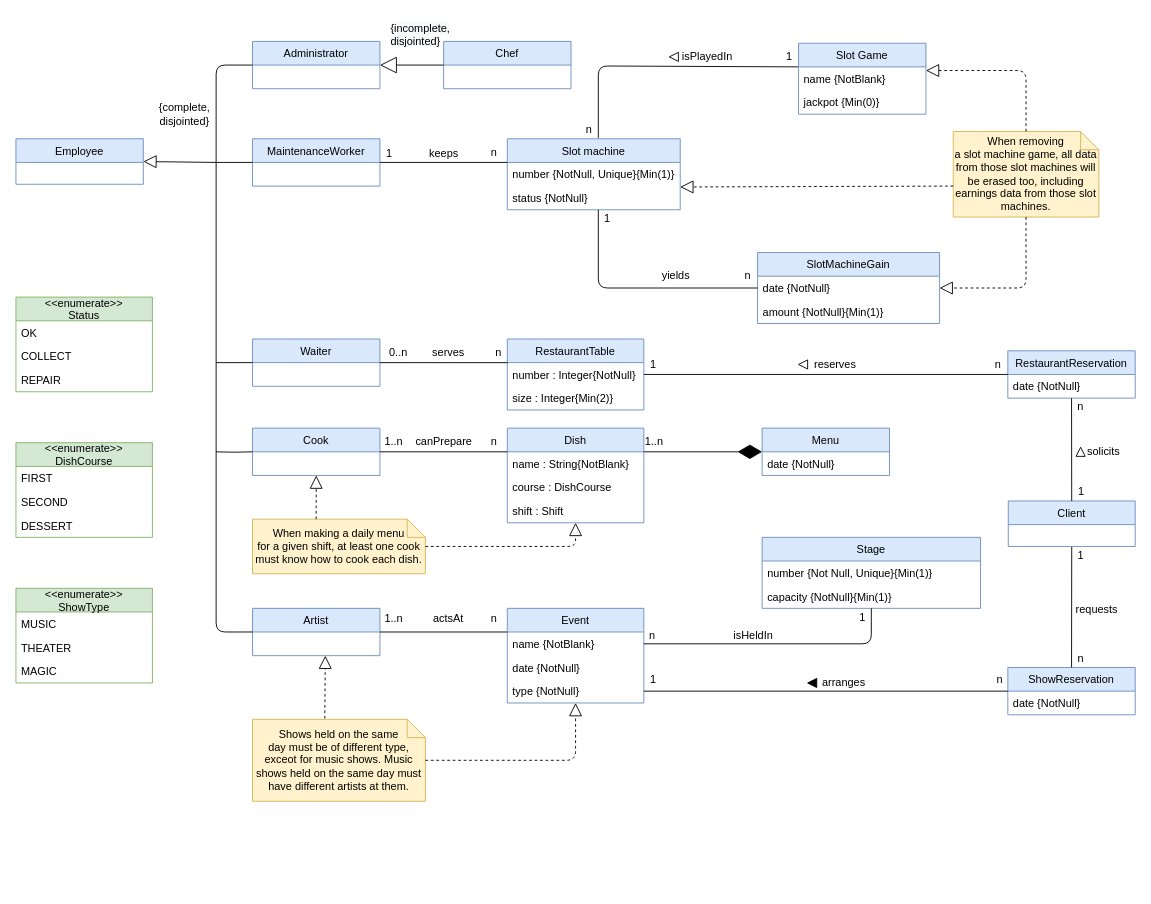
Above: page "V2-Restaurante,Slots,Shows" (2 of 2) of uml/Conceptual Model.drawio in gii-is-DP1/dp1-2020-g1-07 (draw.io), before the change. Source tidied: cells renumbered, new cells numbered last; positions are measured from the earlier drawing's top-left corner, leaving out a move shared by most shapes. Both pictures are drawn from the tidied source at 91%, with x=0, y=0 at pixel (15, 15).
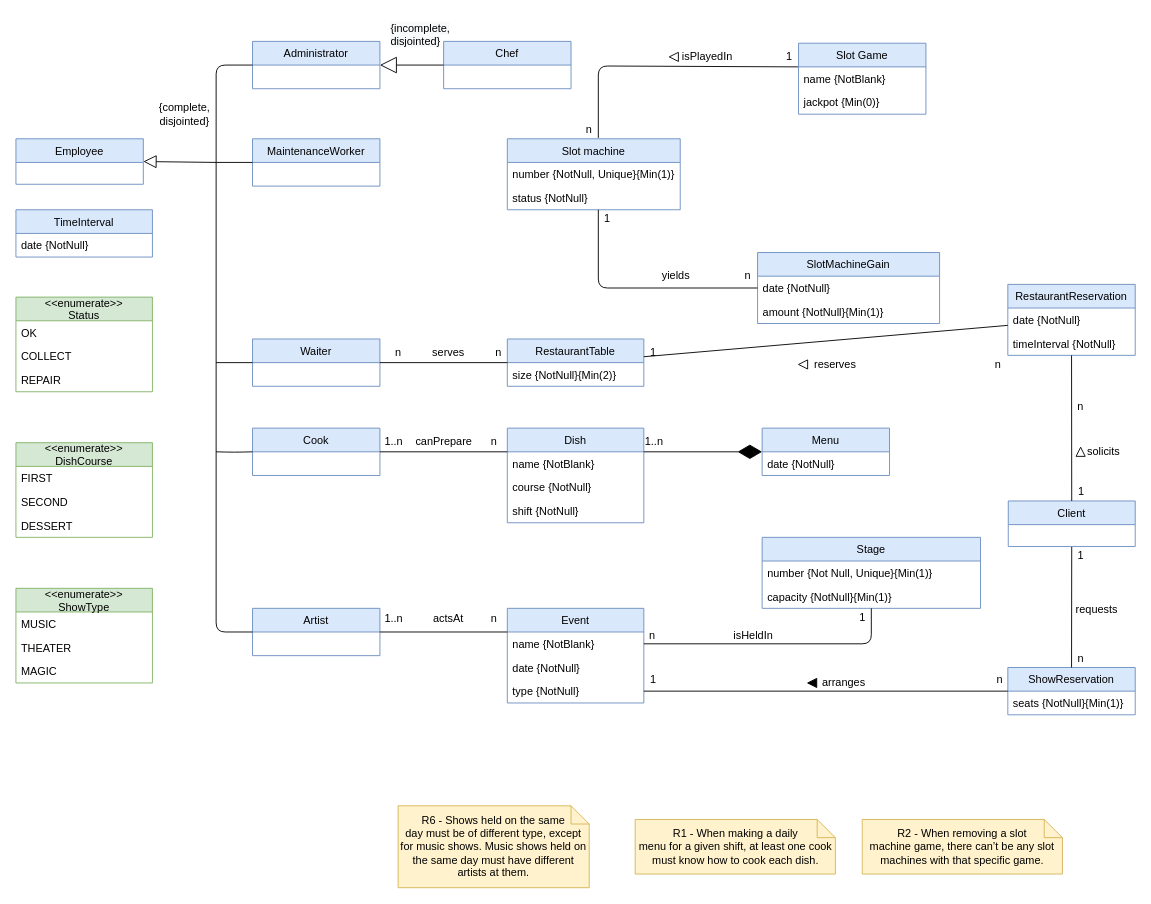
The same diagram, later.

The change refers to these unchanged cells:
```xml
<mxCell id="2" value="Cook" style="swimlane;fontStyle=0;horizontal=1;startSize=26;fillColor=#dae8fc;strokeColor=#6c8ebf;" parent="1" vertex="1">
  <mxGeometry x="260" y="453" width="140" height="52" as="geometry" />
</mxCell>
<mxCell id="4" value="Event" style="swimlane;fontStyle=0;horizontal=1;startSize=26;fillColor=#dae8fc;strokeColor=#6c8ebf;" parent="1" vertex="1">
  <mxGeometry x="540" y="651" width="150" height="104" as="geometry" />
</mxCell>
<mxCell id="12" value="Dish" style="swimlane;fontStyle=0;horizontal=1;startSize=26;fillColor=#dae8fc;strokeColor=#6c8ebf;" parent="1" vertex="1">
  <mxGeometry x="540" y="453" width="150" height="104" as="geometry" />
</mxCell>
<mxCell id="29" value="Waiter" style="swimlane;fontStyle=0;horizontal=1;startSize=26;fillColor=#dae8fc;strokeColor=#6c8ebf;" parent="1" vertex="1">
  <mxGeometry x="260" y="355" width="140" height="52" as="geometry" />
</mxCell>
<mxCell id="46" value="ShowReservation" style="swimlane;fontStyle=0;horizontal=1;startSize=26;fillColor=#dae8fc;strokeColor=#6c8ebf;" parent="1" vertex="1">
  <mxGeometry x="1090" y="716" width="140" height="52" as="geometry" />
</mxCell>
<mxCell id="68" value="status {NotNull}" style="text;strokeColor=none;fillColor=none;align=left;verticalAlign=top;spacingLeft=4;spacingRight=4;overflow=hidden;points=[[0,0.5],[1,0.5]];portConstraint=eastwest;" parent="66" vertex="1">
  <mxGeometry y="52" width="190" height="26" as="geometry" />
</mxCell>
<mxCell id="70" value="MaintenanceWorker" style="swimlane;fontStyle=0;horizontal=1;startSize=26;fillColor=#dae8fc;strokeColor=#6c8ebf;" parent="1" vertex="1">
  <mxGeometry x="260" y="135" width="140" height="52" as="geometry" />
</mxCell>
<mxCell id="80" value="date {NotNull}" style="text;strokeColor=none;fillColor=none;align=left;verticalAlign=top;spacingLeft=4;spacingRight=4;overflow=hidden;points=[[0,0.5],[1,0.5]];portConstraint=eastwest;" parent="79" vertex="1">
  <mxGeometry y="26" width="200" height="26" as="geometry" />
</mxCell>
<mxCell id="86" value="name {NotBlank}" style="text;strokeColor=none;fillColor=none;align=left;verticalAlign=top;spacingLeft=4;spacingRight=4;overflow=hidden;points=[[0,0.5],[1,0.5]];portConstraint=eastwest;" parent="85" vertex="1">
  <mxGeometry y="26" width="140" height="26" as="geometry" />
</mxCell>
```

The edit, as a diff of the source:
```diff
@@
-    <mxCell id="13" value="name : String{NotBlank}" style="text;strokeColor=none;fillColor=none;align=left;verticalAlign=top;spacingLeft=4;spacingRight=4;overflow=hidden;" parent="12" vertex="1">
+    <mxCell id="13" value="name {NotBlank}" style="text;strokeColor=none;fillColor=none;align=left;verticalAlign=top;spacingLeft=4;spacingRight=4;overflow=hidden;" parent="12" vertex="1">
       <mxGeometry y="26" width="150" height="26" as="geometry" />
     </mxCell>
-    <mxCell id="14" value="course : DishCourse" style="text;strokeColor=none;fillColor=none;align=left;verticalAlign=top;spacingLeft=4;spacingRight=4;overflow=hidden;" parent="12" vertex="1">
+    <mxCell id="14" value="course {NotNull}" style="text;strokeColor=none;fillColor=none;align=left;verticalAlign=top;spacingLeft=4;spacingRight=4;overflow=hidden;" parent="12" vertex="1">
       <mxGeometry y="52" width="150" height="26" as="geometry" />
     </mxCell>
-    <mxCell id="15" value="shift : Shift" style="text;strokeColor=none;fillColor=none;align=left;verticalAlign=top;spacingLeft=4;spacingRight=4;overflow=hidden;" parent="12" vertex="1">
+    <mxCell id="15" value="shift {NotNull}" style="text;strokeColor=none;fillColor=none;align=left;verticalAlign=top;spacingLeft=4;spacingRight=4;overflow=hidden;" parent="12" vertex="1">
       <mxGeometry y="78" width="150" height="26" as="geometry" />
     </mxCell>
@@
     <mxCell id="30" value="RestaurantTable" style="swimlane;fontStyle=0;horizontal=1;startSize=26;fillColor=#dae8fc;strokeColor=#6c8ebf;" parent="1" vertex="1">
-      <mxGeometry x="540" y="355" width="150" height="78" as="geometry" />
+      <mxGeometry x="540" y="355" width="150" height="52" as="geometry" />
     </mxCell>
-    <mxCell id="31" value="number : Integer{NotNull}" style="text;strokeColor=none;fillColor=none;align=left;verticalAlign=top;spacingLeft=4;spacingRight=4;overflow=hidden;points=[[0,0.5],[1,0.5]];portConstraint=eastwest;" parent="30" vertex="1">
-      <mxGeometry y="26" width="150" height="26" as="geometry" />
-    </mxCell>
-    <mxCell id="32" value="size : Integer{Min(2)}" style="text;strokeColor=none;fillColor=none;align=left;verticalAlign=top;spacingLeft=4;spacingRight=4;overflow=hidden;" parent="30" vertex="1">
-      <mxGeometry y="52" width="150" height="26" as="geometry" />
+    <mxCell id="32" value="size {NotNull}{Min(2)}" style="text;strokeColor=none;fillColor=none;align=left;verticalAlign=top;spacingLeft=4;spacingRight=4;overflow=hidden;" parent="30" vertex="1">
+      <mxGeometry y="26" width="150" height="26" as="geometry" />
     </mxCell>
-    <mxCell id="33" style="endArrow=none;html=1;entryX=0.001;entryY=0.001;entryDx=0;entryDy=0;entryPerimeter=0;exitX=1;exitY=0.5;exitDx=0;exitDy=0;" parent="1" edge="1" source="29" target="31">
-      <mxGeometry relative="1" as="geometry" />
+    <mxCell id="33" style="endArrow=none;html=1;entryX=0.001;entryY=0.001;entryDx=0;entryDy=0;entryPerimeter=0;exitX=1;exitY=0.5;exitDx=0;exitDy=0;" parent="1" edge="1" source="29">
+      <mxGeometry relative="1" as="geometry">
+        <mxPoint x="540.1" y="381" as="targetPoint" />
+      </mxGeometry>
     </mxCell>
     <mxCell id="34" value="RestaurantReservation" style="swimlane;fontStyle=0;horizontal=1;startSize=26;fillColor=#dae8fc;strokeColor=#6c8ebf;" parent="1" vertex="1">
-      <mxGeometry x="1090" y="368" width="140" height="52" as="geometry" />
+      <mxGeometry x="1090" y="295" width="140" height="78" as="geometry" />
     </mxCell>
@@
+    <mxCell id="119" value="timeInterval {NotNull}" style="text;strokeColor=none;fillColor=none;align=left;verticalAlign=top;spacingLeft=4;spacingRight=4;overflow=hidden;" parent="34" vertex="1">
+      <mxGeometry y="52" width="140" height="26" as="geometry" />
+    </mxCell>
-    <mxCell id="36" value="0..n" style="text;html=1;align=center;verticalAlign=middle;" parent="1" vertex="1">
-      <mxGeometry x="400" y="360" width="40" height="20" as="geometry" />
+    <mxCell id="36" value="n" style="text;html=1;align=center;verticalAlign=middle;" parent="1" vertex="1">
+      <mxGeometry x="410" y="360" width="20" height="20" as="geometry" />
     </mxCell>
@@
     <mxCell id="42" value="1" style="text;html=1;align=center;verticalAlign=middle;" parent="1" vertex="1">
-      <mxGeometry x="690" y="373" width="20" height="20" as="geometry" />
+      <mxGeometry x="690" y="360" width="20" height="20" as="geometry" />
     </mxCell>
@@
-    <mxCell id="47" value="date {NotNull}" style="text;strokeColor=none;fillColor=none;align=left;verticalAlign=top;spacingLeft=4;spacingRight=4;overflow=hidden;" parent="46" vertex="1">
+    <mxCell id="47" value="seats {NotNull}{Min(1)}" style="text;strokeColor=none;fillColor=none;align=left;verticalAlign=top;spacingLeft=4;spacingRight=4;overflow=hidden;" parent="46" vertex="1">
       <mxGeometry y="26" width="140" height="26" as="geometry" />
     </mxCell>
@@
-    <mxCell id="54" value="When making a daily menu&lt;br&gt;for a given shift, at least one cook must know how to cook each dish." style="shape=note;size=20;whiteSpace=wrap;html=1;fillColor=#fff2cc;strokeColor=#d6b656;" parent="1" vertex="1">
-      <mxGeometry x="260" y="553" width="190" height="60" as="geometry" />
+    <mxCell id="54" value="R1 - When making a daily&lt;br&gt;menu for a given shift, at least one cook must know how to cook each dish." style="shape=note;size=20;whiteSpace=wrap;html=1;fillColor=#fff2cc;strokeColor=#d6b656;" parent="1" vertex="1">
+      <mxGeometry x="680.5" y="883" width="220" height="60" as="geometry" />
     </mxCell>
-    <mxCell id="55" value="Shows held on the same&lt;br&gt;day must be of different type, exceot for music shows. Music shows held on the same day must have different artists at them." style="shape=note;size=20;whiteSpace=wrap;html=1;fillColor=#fff2cc;strokeColor=#d6b656;" parent="1" vertex="1">
-      <mxGeometry x="260" y="773" width="190" height="90" as="geometry" />
+    <mxCell id="55" value="R6 - Shows held on the same&lt;br&gt;day must be of different type, except for music shows. Music shows held on the same day must have different artists at them." style="shape=note;size=20;whiteSpace=wrap;html=1;fillColor=#fff2cc;strokeColor=#d6b656;" parent="1" vertex="1">
+      <mxGeometry x="420" y="868" width="210" height="90" as="geometry" />
     </mxCell>
-    <mxCell id="56" style="endArrow=block;dashed=1;endFill=0;endSize=12;html=1;exitX=0.418;exitY=-0.01;exitDx=0;exitDy=0;exitPerimeter=0;" parent="1" edge="1" source="55">
-      <mxGeometry relative="1" as="geometry">
-        <mxPoint x="340" y="703" as="targetPoint" />
-      </mxGeometry>
-    </mxCell>
-    <mxCell id="57" style="endArrow=block;dashed=1;endFill=0;endSize=12;html=1;" parent="1" edge="1" source="55" target="4">
-      <mxGeometry relative="1" as="geometry">
-        <Array as="points">
-          <mxPoint x="615" y="818" />
-        </Array>
-      </mxGeometry>
-    </mxCell>
-    <mxCell id="58" style="endArrow=block;dashed=1;endFill=0;endSize=12;html=1;entryX=0.5;entryY=1;entryDx=0;entryDy=0;exitX=0.368;exitY=0;exitDx=0;exitDy=0;exitPerimeter=0;" parent="1" edge="1" source="54" target="2">
-      <mxGeometry relative="1" as="geometry" />
-    </mxCell>
-    <mxCell id="59" style="endArrow=block;dashed=1;endFill=0;endSize=12;html=1;exitX=1;exitY=0.5;exitDx=0;exitDy=0;exitPerimeter=0;" parent="1" edge="1" source="54" target="12">
-      <mxGeometry relative="1" as="geometry">
-        <Array as="points">
-          <mxPoint x="615" y="583" />
-        </Array>
-      </mxGeometry>
-    </mxCell>
@@
-    <mxCell id="69" value="n" style="text;html=1;align=center;verticalAlign=middle;" parent="1" vertex="1">
-      <mxGeometry x="515" y="140" width="20" height="20" as="geometry" />
-    </mxCell>
@@
-    <mxCell id="71" style="endArrow=none;html=1;edgeStyle=orthogonalEdgeStyle;exitX=1;exitY=0.5;exitDx=0;exitDy=0;" parent="1" edge="1" source="70">
-      <mxGeometry relative="1" as="geometry">
-        <mxPoint x="540" y="161" as="targetPoint" />
-        <Array as="points">
-          <mxPoint x="540" y="161" />
-        </Array>
-      </mxGeometry>
-    </mxCell>
-    <mxCell id="72" value="1" style="text;html=1;align=center;verticalAlign=middle;" parent="1" vertex="1">
-      <mxGeometry x="400" y="141" width="20" height="20" as="geometry" />
-    </mxCell>
-    <mxCell id="73" value="keeps" style="text;html=1;align=center;verticalAlign=middle;" parent="1" vertex="1">
-      <mxGeometry x="445" y="141" width="50" height="20" as="geometry" />
-    </mxCell>
@@
-    <mxCell id="88" value="&lt;p&gt;When removing a&amp;nbsp;&lt;span&gt;slot&amp;nbsp;&lt;/span&gt;&lt;span&gt;machine game, all data from those slot machines will be erased too, including earnings data from those slot machines.&lt;/span&gt;&lt;/p&gt;" style="shape=note;size=20;whiteSpace=wrap;html=1;fillColor=#fff2cc;strokeColor=#d6b656;" parent="1" vertex="1">
-      <mxGeometry x="1030" y="127" width="160" height="94" as="geometry" />
-    </mxCell>
@@
-    <mxCell id="90" style="endArrow=block;dashed=1;endFill=0;endSize=12;html=1;exitX=0;exitY=0.638;exitDx=0;exitDy=0;exitPerimeter=0;entryX=1;entryY=0.038;entryDx=0;entryDy=0;entryPerimeter=0;" parent="1" edge="1" source="88" target="68">
-      <mxGeometry relative="1" as="geometry" />
-    </mxCell>
-    <mxCell id="91" style="endArrow=block;dashed=1;endFill=0;endSize=12;html=1;entryX=1;entryY=0.5;entryDx=0;entryDy=0;exitX=0.5;exitY=1;exitDx=0;exitDy=0;exitPerimeter=0;" parent="1" edge="1" source="88" target="80">
-      <mxGeometry relative="1" as="geometry">
-        <Array as="points">
-          <mxPoint x="1110" y="299" />
-        </Array>
-      </mxGeometry>
-    </mxCell>
-    <mxCell id="92" style="endArrow=block;dashed=1;endFill=0;endSize=12;html=1;entryX=1;entryY=0.154;entryDx=0;entryDy=0;entryPerimeter=0;" parent="1" edge="1" source="88" target="86">
-      <mxGeometry relative="1" as="geometry">
-        <Array as="points">
-          <mxPoint x="1110" y="60" />
-        </Array>
-      </mxGeometry>
-    </mxCell>
@@
+    <mxCell id="120" value="TimeInterval" style="swimlane;fontStyle=0;horizontal=1;startSize=26;fillColor=#dae8fc;strokeColor=#6c8ebf;" parent="1" vertex="1">
+      <mxGeometry y="213" width="150" height="52" as="geometry" />
+    </mxCell>
+    <mxCell id="121" value="date {NotNull}" style="text;align=left;verticalAlign=top;spacingLeft=4;spacingRight=4;overflow=hidden;" parent="120" vertex="1">
+      <mxGeometry y="26" width="150" height="26" as="geometry" />
+    </mxCell>
+    <mxCell id="122" value="&lt;span lang=&quot;EN-US&quot;&gt;R2 - When removing a slot&lt;br&gt;machine game, there can’t be any slot machines with that specific game.&lt;/span&gt;" style="shape=note;size=20;whiteSpace=wrap;html=1;fillColor=#fff2cc;strokeColor=#d6b656;" parent="1" vertex="1">
+      <mxGeometry x="930" y="883" width="220" height="60" as="geometry" />
+    </mxCell>
```
